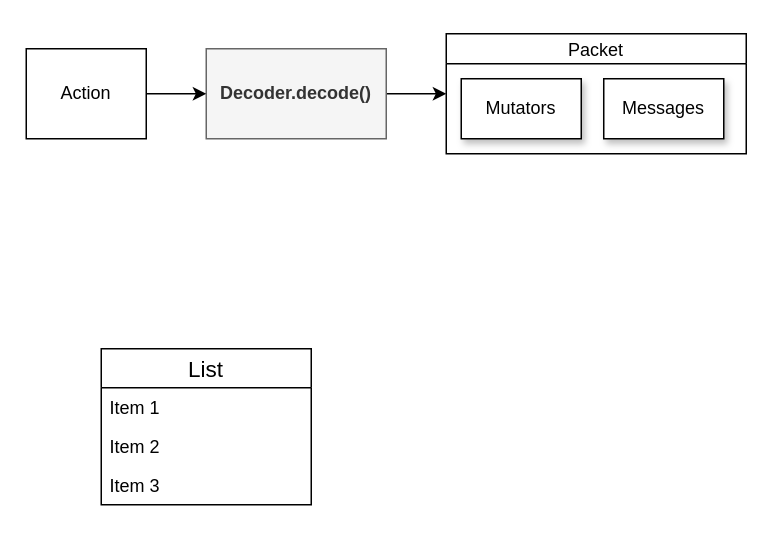
Above: docs/drawio/decoder.drawio in jpmorganchase/Phantom (draw.io), before the change. Source tidied: cells renumbered, new cells numbered last; positions are measured from the earlier drawing's top-left corner, leaving out a move shared by most shapes. Both pictures are drawn from the tidied source at 150%, with x=0, y=0 at pixel (26, 33).
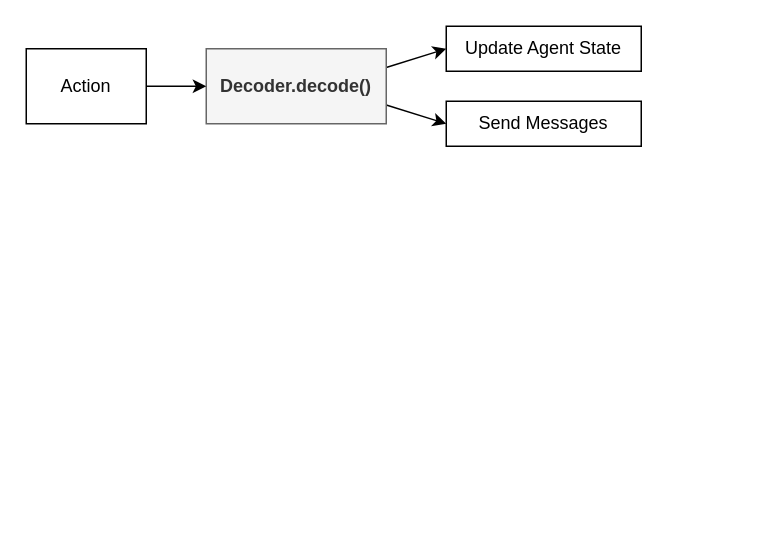
The same page after the edit.

Diff of the diagram source:
```diff
@@
 <mxGraphModel>
   <root>
     <mxCell id="0" />
     <mxCell id="1" parent="0" />
-    <mxCell id="2" value="Packet" style="swimlane;fontStyle=0;startSize=20;" parent="1" vertex="1">
-      <mxGeometry x="280" width="200" height="80" as="geometry" />
-    </mxCell>
-    <mxCell id="3" value="Mutators" style="rounded=0;whiteSpace=wrap;html=1;shadow=1;" parent="2" vertex="1">
-      <mxGeometry x="10" y="30" width="80" height="40" as="geometry" />
-    </mxCell>
-    <mxCell id="4" value="Messages" style="rounded=0;whiteSpace=wrap;html=1;shadow=1;" parent="2" vertex="1">
-      <mxGeometry x="105" y="30" width="80" height="40" as="geometry" />
-    </mxCell>
-    <mxCell id="5" style="edgeStyle=orthogonalEdgeStyle;rounded=0;jettySize=auto;html=1;exitX=1;exitY=0.5;exitDx=0;exitDy=0;entryX=0;entryY=0.5;entryDx=0;entryDy=0;" parent="1" edge="1" source="6" target="2">
-      <mxGeometry relative="1" as="geometry" />
-    </mxCell>
+    <mxCell id="13" style="rounded=0;jettySize=auto;html=1;exitX=1;exitY=0.25;exitDx=0;exitDy=0;entryX=0;entryY=0.5;entryDx=0;entryDy=0;" parent="1" edge="1" source="6" target="15">
+      <mxGeometry relative="1" as="geometry" />
+    </mxCell>
+    <mxCell id="14" style="rounded=0;jettySize=auto;html=1;exitX=1;exitY=0.75;exitDx=0;exitDy=0;entryX=0;entryY=0.5;entryDx=0;entryDy=0;" parent="1" edge="1" source="6" target="16">
+      <mxGeometry relative="1" as="geometry" />
+    </mxCell>
     <mxCell id="6" value="&lt;b&gt;Decoder.decode()&lt;/b&gt;" style="rounded=0;whiteSpace=wrap;html=1;fillColor=#f5f5f5;strokeColor=#666666;fontColor=#333333;" parent="1" vertex="1">
-      <mxGeometry x="120" y="10" width="120" height="60" as="geometry" />
+      <mxGeometry x="120" y="10" width="120" height="50" as="geometry" />
     </mxCell>
     <mxCell id="7" style="edgeStyle=orthogonalEdgeStyle;rounded=0;jettySize=auto;html=1;exitX=1;exitY=0.5;exitDx=0;exitDy=0;entryX=0;entryY=0.5;entryDx=0;entryDy=0;" parent="1" edge="1" source="8" target="6">
       <mxGeometry relative="1" as="geometry" />
     </mxCell>
     <mxCell id="8" value="Action" style="rounded=0;whiteSpace=wrap;html=1;" parent="1" vertex="1">
-      <mxGeometry y="10" width="80" height="60" as="geometry" />
+      <mxGeometry y="10" width="80" height="50" as="geometry" />
     </mxCell>
-    <mxCell id="9" value="List" style="swimlane;fontStyle=0;horizontal=1;startSize=26;fillColor=none;fontSize=15;" parent="1" vertex="1">
-      <mxGeometry x="50" y="210" width="140" height="104" as="geometry" />
-    </mxCell>
-    <mxCell id="10" value="Item 1" style="text;strokeColor=none;fillColor=none;align=left;verticalAlign=top;spacingLeft=4;spacingRight=4;overflow=hidden;" parent="9" vertex="1">
-      <mxGeometry y="26" width="140" height="26" as="geometry" />
-    </mxCell>
-    <mxCell id="11" value="Item 2" style="text;strokeColor=none;fillColor=none;align=left;verticalAlign=top;spacingLeft=4;spacingRight=4;overflow=hidden;" parent="9" vertex="1">
-      <mxGeometry y="52" width="140" height="26" as="geometry" />
-    </mxCell>
-    <mxCell id="12" value="Item 3" style="text;strokeColor=none;fillColor=none;align=left;verticalAlign=top;spacingLeft=4;spacingRight=4;overflow=hidden;" parent="9" vertex="1">
-      <mxGeometry y="78" width="140" height="26" as="geometry" />
-    </mxCell>
+    <mxCell id="15" value="Update Agent State" style="rounded=0;whiteSpace=wrap;html=1;" parent="1" vertex="1">
+      <mxGeometry x="280" y="-5" width="130" height="30" as="geometry" />
+    </mxCell>
+    <mxCell id="16" value="Send Messages" style="rounded=0;whiteSpace=wrap;html=1;" parent="1" vertex="1">
+      <mxGeometry x="280" y="45" width="130" height="30" as="geometry" />
+    </mxCell>
   </root>
 </mxGraphModel>
```
